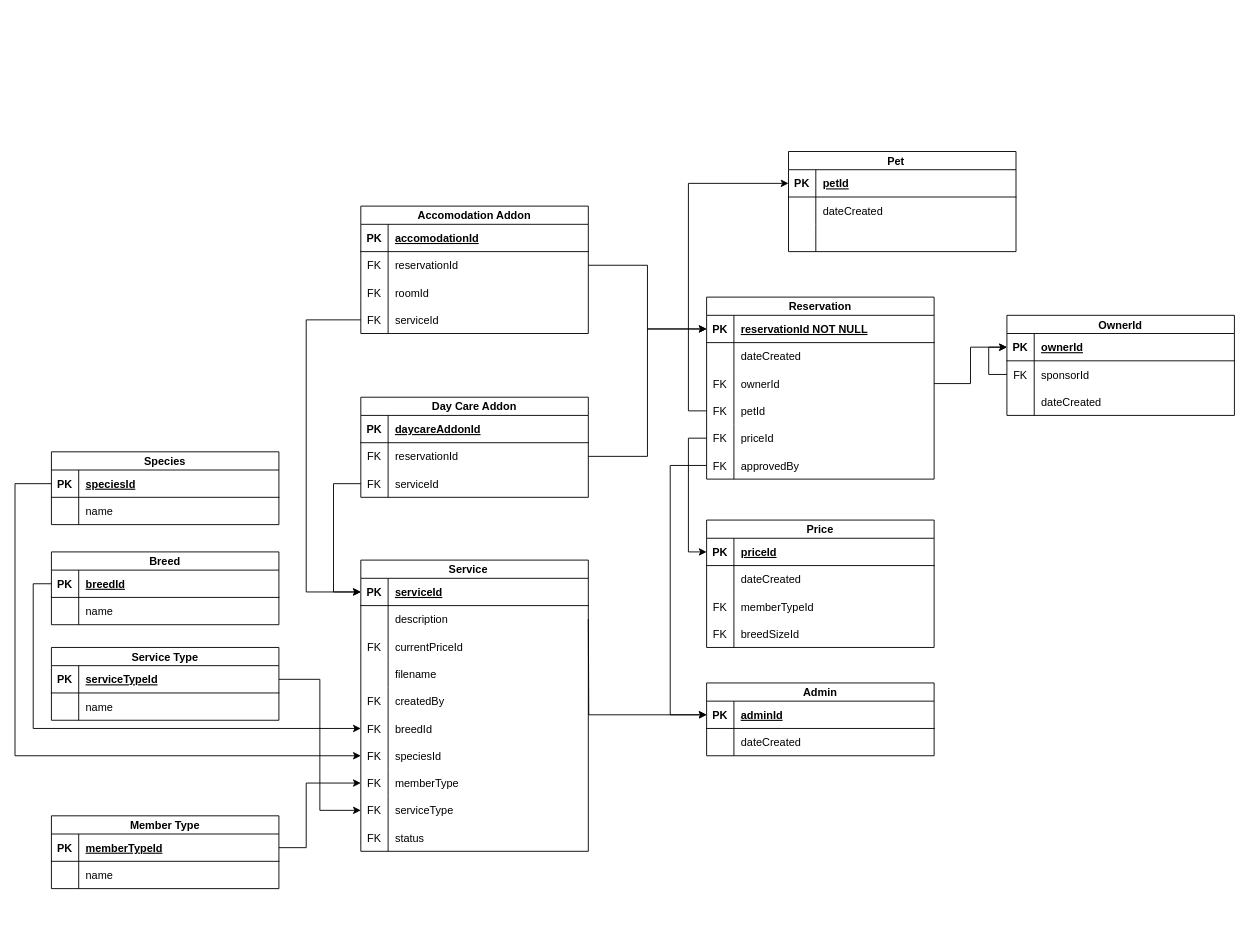
Earlier version of the draw.io diagram Untitled Diagram.drawio (mccndcg/erds). Source tidied: cells renumbered, new cells numbered last; positions are measured from the earlier drawing's top-left corner, leaving out a move shared by most shapes. Both pictures are drawn from the tidied source at 91%, with x=0, y=0 at pixel (15, 151).
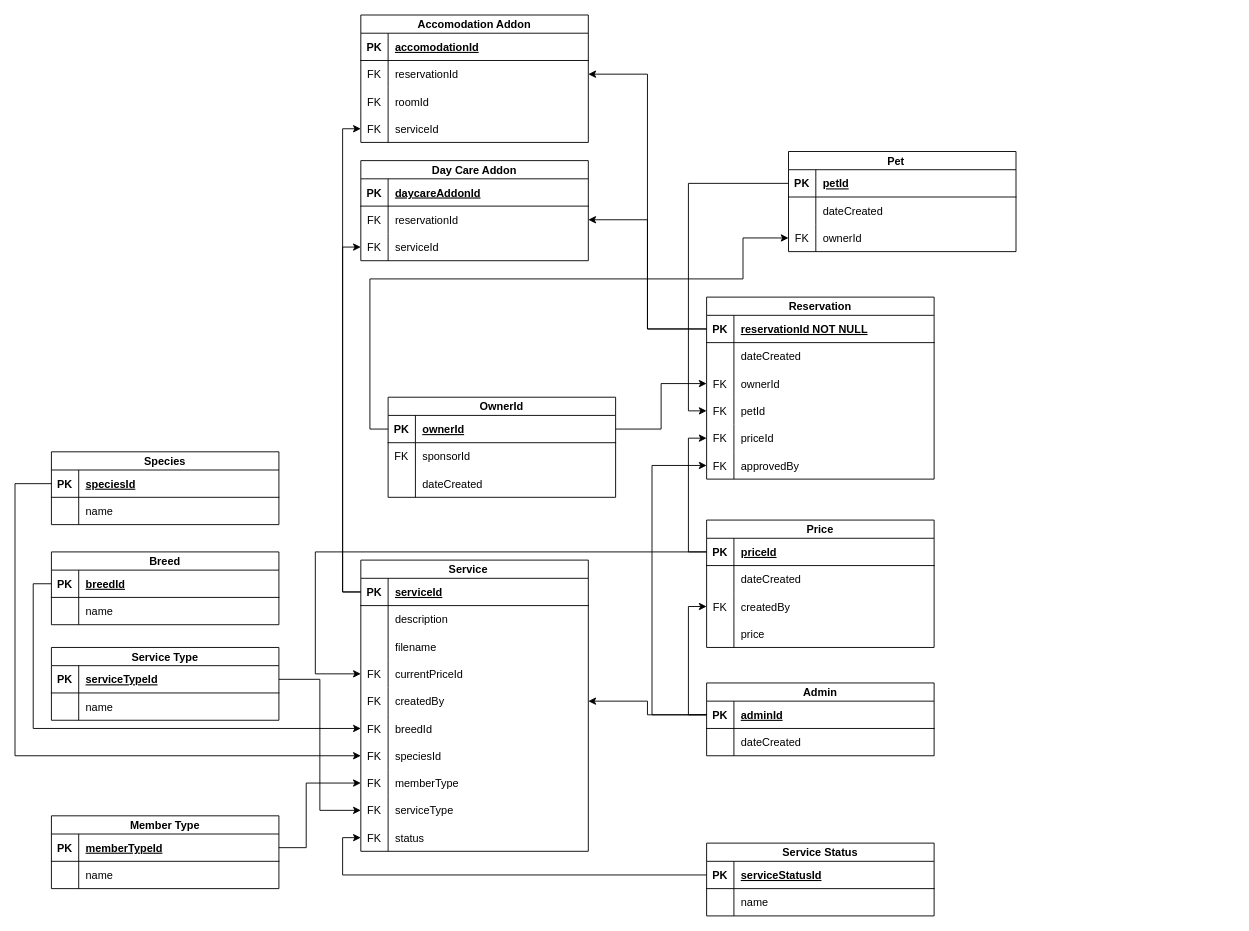
After the change.

The change refers to these unchanged cells:
```xml
<mxCell id="3" style="shape=partialRectangle;fillColor=none;points=[[0,0.5],[1,0.5]];portConstraint=eastwest;top=0;left=0;right=0;bottom=1;" parent="2" vertex="1">
  <mxGeometry y="20" width="250" height="30" as="geometry" />
</mxCell>
<mxCell id="9" style="shape=partialRectangle;fillColor=none;points=[[0,0.5],[1,0.5]];portConstraint=eastwest;top=0;left=0;right=0;bottom=0;" parent="2" vertex="1">
  <mxGeometry y="80" width="250" height="30" as="geometry" />
</mxCell>
<mxCell id="12" style="shape=partialRectangle;fillColor=none;points=[[0,0.5],[1,0.5]];portConstraint=eastwest;top=0;left=0;right=0;bottom=0;" parent="2" vertex="1">
  <mxGeometry y="110" width="250" height="30" as="geometry" />
</mxCell>
<mxCell id="15" style="shape=partialRectangle;fillColor=none;points=[[0,0.5],[1,0.5]];portConstraint=eastwest;top=0;left=0;right=0;bottom=0;" parent="2" vertex="1">
  <mxGeometry y="140" width="250" height="30" as="geometry" />
</mxCell>
<mxCell id="18" style="shape=partialRectangle;fillColor=none;points=[[0,0.5],[1,0.5]];portConstraint=eastwest;top=0;left=0;right=0;bottom=0;" parent="2" vertex="1">
  <mxGeometry y="170" width="250" height="30" as="geometry" />
</mxCell>
<mxCell id="26" style="shape=partialRectangle;fillColor=none;points=[[0,0.5],[1,0.5]];portConstraint=eastwest;top=0;left=0;right=0;bottom=0;" parent="22" vertex="1">
  <mxGeometry y="50" width="250" height="30" as="geometry" />
</mxCell>
<mxCell id="29" style="shape=partialRectangle;fillColor=none;points=[[0,0.5],[1,0.5]];portConstraint=eastwest;top=0;left=0;right=0;bottom=0;" parent="22" vertex="1">
  <mxGeometry y="80" width="250" height="30" as="geometry" />
</mxCell>
<mxCell id="33" value="Price" style="shape=table;startSize=20;childLayout=tableLayout;rowLines=0;fontStyle=1;align=center;" parent="1" vertex="1">
  <mxGeometry x="760" y="405" width="250" height="140" as="geometry" />
</mxCell>
<mxCell id="34" style="shape=partialRectangle;fillColor=none;points=[[0,0.5],[1,0.5]];portConstraint=eastwest;top=0;left=0;right=0;bottom=1;" parent="33" vertex="1">
  <mxGeometry y="20" width="250" height="30" as="geometry" />
</mxCell>
<mxCell id="43" style="shape=partialRectangle;fillColor=none;top=0;left=0;right=0;bottom=0;" parent="33" vertex="1">
  <mxGeometry y="110" width="250" height="30" as="geometry" />
</mxCell>
<mxCell id="47" style="shape=partialRectangle;fillColor=none;points=[[0,0.5],[1,0.5]];portConstraint=eastwest;top=0;left=0;right=0;bottom=1;" parent="46" vertex="1">
  <mxGeometry y="20" width="250" height="30" as="geometry" />
</mxCell>
<mxCell id="53" value="Service    " style="shape=table;startSize=20;childLayout=tableLayout;rowLines=0;fontStyle=1;align=center;" parent="1" vertex="1">
  <mxGeometry x="380" y="449" width="250" height="320" as="geometry" />
</mxCell>
<mxCell id="54" style="shape=partialRectangle;fillColor=none;points=[[0,0.5],[1,0.5]];portConstraint=eastwest;top=0;left=0;right=0;bottom=1;" parent="53" vertex="1">
  <mxGeometry y="20" width="250" height="30" as="geometry" />
</mxCell>
<mxCell id="66" style="shape=partialRectangle;fillColor=none;points=[[0,0.5],[1,0.5]];portConstraint=eastwest;top=0;left=0;right=0;bottom=0;" parent="53" vertex="1">
  <mxGeometry y="140" width="250" height="30" as="geometry" />
</mxCell>
<mxCell id="81" style="shape=partialRectangle;fillColor=none;points=[[0,0.5],[1,0.5]];portConstraint=eastwest;top=0;left=0;right=0;bottom=0;" parent="53" vertex="1">
  <mxGeometry y="290" width="250" height="30" as="geometry" />
</mxCell>
<mxCell id="87" style="shape=partialRectangle;fillColor=none;points=[[0,0.5],[1,0.5]];portConstraint=eastwest;top=0;left=0;right=0;bottom=1;" parent="86" vertex="1">
  <mxGeometry y="20" width="250" height="30" as="geometry" />
</mxCell>
<mxCell id="90" style="shape=partialRectangle;fillColor=none;points=[[0,0.5],[1,0.5]];portConstraint=eastwest;top=0;left=0;right=0;bottom=0;" parent="86" vertex="1">
  <mxGeometry y="50" width="250" height="30" as="geometry" />
</mxCell>
<mxCell id="101" style="shape=partialRectangle;fillColor=none;points=[[0,0.5],[1,0.5]];portConstraint=eastwest;top=0;left=0;right=0;bottom=0;" parent="97" vertex="1">
  <mxGeometry y="50" width="250" height="30" as="geometry" />
</mxCell>
<mxCell id="107" style="shape=partialRectangle;fillColor=none;points=[[0,0.5],[1,0.5]];portConstraint=eastwest;top=0;left=0;right=0;bottom=0;" parent="97" vertex="1">
  <mxGeometry y="110" width="250" height="30" as="geometry" />
</mxCell>
<mxCell id="111" value="Pet    " style="shape=table;startSize=20;childLayout=tableLayout;rowLines=0;fontStyle=1;align=center;" parent="1" vertex="1">
  <mxGeometry x="850" width="250" height="110" as="geometry" />
</mxCell>
<mxCell id="112" style="shape=partialRectangle;fillColor=none;points=[[0,0.5],[1,0.5]];portConstraint=eastwest;top=0;left=0;right=0;bottom=1;" parent="111" vertex="1">
  <mxGeometry y="20" width="250" height="30" as="geometry" />
</mxCell>
```

What changed in the source:
```diff
@@
-    <mxCell id="21" style="edgeStyle=orthogonalEdgeStyle;rounded=0;jettySize=auto;html=1;entryX=0;entryY=0.5;entryDx=0;entryDy=0;" parent="1" edge="1" source="90" target="87">
-      <mxGeometry relative="1" as="geometry" />
-    </mxCell>
     <mxCell id="22" value="Day Care Addon" style="shape=table;startSize=20;childLayout=tableLayout;rowLines=0;fontStyle=1;align=center;" parent="1" vertex="1">
-      <mxGeometry x="380" y="270" width="250" height="110" as="geometry" />
+      <mxGeometry x="380" y="10" width="250" height="110" as="geometry" />
     </mxCell>
@@
-    <mxCell id="32" style="edgeStyle=orthogonalEdgeStyle;rounded=0;jettySize=auto;html=1;exitX=1;exitY=0.5;exitDx=0;exitDy=0;entryX=0;entryY=0.5;entryDx=0;entryDy=0;" parent="1" edge="1" source="26" target="3">
-      <mxGeometry relative="1" as="geometry" />
-    </mxCell>
@@
-    <mxCell id="40" style="shape=partialRectangle;fillColor=none;top=0;left=0;right=0;bottom=0;" parent="33" vertex="1">
-      <mxGeometry y="80" width="250" height="30" as="geometry" />
-    </mxCell>
-    <mxCell id="41" value="FK" style="shape=partialRectangle;overflow=hidden;fillColor=none;top=0;left=0;bottom=0;right=0;" parent="40" vertex="1">
-      <mxGeometry width="30" height="30" as="geometry" />
-    </mxCell>
-    <mxCell id="42" value="memberTypeId" style="shape=partialRectangle;overflow=hidden;fillColor=none;top=0;left=0;bottom=0;right=0;align=left;spacingLeft=6;" parent="40" vertex="1">
-      <mxGeometry x="30" width="220" height="30" as="geometry" />
-    </mxCell>
+    <mxCell id="157" style="shape=partialRectangle;fillColor=none;points=[[0,0.5],[1,0.5]];portConstraint=eastwest;top=0;left=0;right=0;bottom=0;" parent="33" vertex="1">
+      <mxGeometry y="80" width="250" height="30" as="geometry" />
+    </mxCell>
+    <mxCell id="158" value="FK" style="shape=partialRectangle;overflow=hidden;fillColor=none;top=0;left=0;bottom=0;right=0;" parent="157" vertex="1">
+      <mxGeometry width="30" height="30" as="geometry" />
+    </mxCell>
+    <mxCell id="159" value="createdBy" style="shape=partialRectangle;overflow=hidden;fillColor=none;top=0;left=0;bottom=0;right=0;align=left;spacingLeft=6;" parent="157" vertex="1">
+      <mxGeometry x="30" width="220" height="30" as="geometry" />
+    </mxCell>
@@
-    <mxCell id="44" value="FK" style="shape=partialRectangle;overflow=hidden;fillColor=none;top=0;left=0;bottom=0;right=0;" parent="43" vertex="1">
-      <mxGeometry width="30" height="30" as="geometry" />
-    </mxCell>
-    <mxCell id="45" value="breedSizeId" style="shape=partialRectangle;overflow=hidden;fillColor=none;top=0;left=0;bottom=0;right=0;align=left;spacingLeft=6;" parent="43" vertex="1">
-      <mxGeometry x="30" width="220" height="30" as="geometry" />
-    </mxCell>
+    <mxCell id="160" style="shape=partialRectangle;overflow=hidden;fillColor=none;top=0;left=0;bottom=0;right=0;" parent="43" vertex="1">
+      <mxGeometry width="30" height="30" as="geometry" />
+    </mxCell>
+    <mxCell id="161" value="price" style="shape=partialRectangle;overflow=hidden;fillColor=none;top=0;left=0;bottom=0;right=0;align=left;spacingLeft=6;" parent="43" vertex="1">
+      <mxGeometry x="30" width="220" height="30" as="geometry" />
+    </mxCell>
@@
+    <mxCell id="63" style="shape=partialRectangle;fillColor=none;top=0;left=0;right=0;bottom=0;" parent="53" vertex="1">
+      <mxGeometry y="80" width="250" height="30" as="geometry" />
+    </mxCell>
+    <mxCell id="64" style="shape=partialRectangle;overflow=hidden;fillColor=none;top=0;left=0;bottom=0;right=0;" parent="63" vertex="1">
+      <mxGeometry width="30" height="30" as="geometry" />
+    </mxCell>
+    <mxCell id="65" value="filename" style="shape=partialRectangle;overflow=hidden;fillColor=none;top=0;left=0;bottom=0;right=0;align=left;spacingLeft=6;" parent="63" vertex="1">
+      <mxGeometry x="30" width="220" height="30" as="geometry" />
+    </mxCell>
     <mxCell id="60" style="shape=partialRectangle;fillColor=none;points=[[0,0.5],[1,0.5]];portConstraint=eastwest;top=0;left=0;right=0;bottom=0;" parent="53" vertex="1">
-      <mxGeometry y="80" width="250" height="30" as="geometry" />
+      <mxGeometry y="110" width="250" height="30" as="geometry" />
     </mxCell>
@@
-    <mxCell id="63" style="shape=partialRectangle;fillColor=none;top=0;left=0;right=0;bottom=0;" parent="53" vertex="1">
-      <mxGeometry y="110" width="250" height="30" as="geometry" />
-    </mxCell>
-    <mxCell id="64" style="shape=partialRectangle;overflow=hidden;fillColor=none;top=0;left=0;bottom=0;right=0;" parent="63" vertex="1">
-      <mxGeometry width="30" height="30" as="geometry" />
-    </mxCell>
-    <mxCell id="65" value="filename" style="shape=partialRectangle;overflow=hidden;fillColor=none;top=0;left=0;bottom=0;right=0;align=left;spacingLeft=6;" parent="63" vertex="1">
-      <mxGeometry x="30" width="220" height="30" as="geometry" />
-    </mxCell>
@@
-    <mxCell id="84" style="edgeStyle=orthogonalEdgeStyle;rounded=0;jettySize=auto;html=1;exitX=1;exitY=0.5;exitDx=0;exitDy=0;entryX=0;entryY=0.5;entryDx=0;entryDy=0;" parent="1" edge="1" target="47">
-      <mxGeometry relative="1" as="geometry">
-        <mxPoint x="630" y="514" as="sourcePoint" />
-      </mxGeometry>
-    </mxCell>
-    <mxCell id="85" style="edgeStyle=orthogonalEdgeStyle;rounded=0;jettySize=auto;html=1;exitX=0;exitY=0.5;exitDx=0;exitDy=0;entryX=0;entryY=0.5;entryDx=0;entryDy=0;" parent="1" edge="1" source="29" target="54">
-      <mxGeometry relative="1" as="geometry">
-        <Array as="points">
-          <mxPoint x="350" y="365" />
-          <mxPoint x="350" y="484" />
-        </Array>
-      </mxGeometry>
-    </mxCell>
     <mxCell id="86" value="OwnerId" style="shape=table;startSize=20;childLayout=tableLayout;rowLines=0;fontStyle=1;align=center;" parent="1" vertex="1">
-      <mxGeometry x="1090" y="180" width="250" height="110" as="geometry" />
+      <mxGeometry x="410" y="270" width="250" height="110" as="geometry" />
     </mxCell>
@@
-    <mxCell id="96" style="edgeStyle=orthogonalEdgeStyle;rounded=0;jettySize=auto;html=1;exitX=1;exitY=0.5;exitDx=0;exitDy=0;entryX=0;entryY=0.5;entryDx=0;entryDy=0;" parent="1" edge="1" source="9" target="87">
-      <mxGeometry relative="1" as="geometry" />
-    </mxCell>
     <mxCell id="97" value="Accomodation Addon" style="shape=table;startSize=20;childLayout=tableLayout;rowLines=0;fontStyle=1;align=center;" parent="1" vertex="1">
-      <mxGeometry x="380" y="60" width="250" height="140" as="geometry" />
+      <mxGeometry x="380" y="-150" width="250" height="140" as="geometry" />
     </mxCell>
@@
-    <mxCell id="110" style="edgeStyle=orthogonalEdgeStyle;rounded=0;jettySize=auto;html=1;exitX=1;exitY=0.5;exitDx=0;exitDy=0;entryX=0;entryY=0.5;entryDx=0;entryDy=0;" parent="1" edge="1" source="101" target="3">
-      <mxGeometry relative="1" as="geometry" />
-    </mxCell>
@@
-    <mxCell id="118" style="shape=partialRectangle;fillColor=none;top=0;left=0;right=0;bottom=0;" parent="111" vertex="1">
-      <mxGeometry y="80" width="250" height="30" as="geometry" />
-    </mxCell>
-    <mxCell id="119" style="shape=partialRectangle;overflow=hidden;fillColor=none;top=0;left=0;bottom=0;right=0;" parent="118" vertex="1">
-      <mxGeometry width="30" height="30" as="geometry" />
-    </mxCell>
-    <mxCell id="120" style="shape=partialRectangle;overflow=hidden;fillColor=none;top=0;left=0;bottom=0;right=0;align=left;spacingLeft=6;" parent="118" vertex="1">
-      <mxGeometry x="30" width="220" height="30" as="geometry" />
-    </mxCell>
-    <mxCell id="121" style="edgeStyle=orthogonalEdgeStyle;rounded=0;jettySize=auto;html=1;exitX=0;exitY=0.5;exitDx=0;exitDy=0;entryX=0;entryY=0.5;entryDx=0;entryDy=0;" parent="1" edge="1" source="15" target="34">
-      <mxGeometry relative="1" as="geometry" />
-    </mxCell>
-    <mxCell id="122" style="edgeStyle=orthogonalEdgeStyle;rounded=0;jettySize=auto;html=1;exitX=0;exitY=0.5;exitDx=0;exitDy=0;entryX=0;entryY=0.5;entryDx=0;entryDy=0;" parent="1" edge="1" source="12" target="112">
-      <mxGeometry relative="1" as="geometry" />
-    </mxCell>
-    <mxCell id="123" style="edgeStyle=orthogonalEdgeStyle;rounded=0;jettySize=auto;html=1;exitX=0;exitY=0.5;exitDx=0;exitDy=0;entryX=0;entryY=0.5;entryDx=0;entryDy=0;" parent="1" edge="1" source="107" target="54">
-      <mxGeometry relative="1" as="geometry">
-        <Array as="points">
-          <mxPoint x="320" y="185" />
-          <mxPoint x="320" y="484" />
-        </Array>
-      </mxGeometry>
-    </mxCell>
-    <mxCell id="124" style="edgeStyle=orthogonalEdgeStyle;rounded=0;jettySize=auto;html=1;exitX=0;exitY=0.5;exitDx=0;exitDy=0;entryX=0;entryY=0.5;entryDx=0;entryDy=0;" parent="1" edge="1" source="18" target="47">
-      <mxGeometry relative="1" as="geometry">
-        <Array as="points">
-          <mxPoint x="720" y="345" />
-          <mxPoint x="720" y="619" />
-        </Array>
-      </mxGeometry>
-    </mxCell>
+    <mxCell id="162" style="shape=partialRectangle;fillColor=none;points=[[0,0.5],[1,0.5]];portConstraint=eastwest;top=0;left=0;right=0;bottom=0;" parent="111" vertex="1">
+      <mxGeometry y="80" width="250" height="30" as="geometry" />
+    </mxCell>
+    <mxCell id="163" value="FK" style="shape=partialRectangle;overflow=hidden;fillColor=none;top=0;left=0;bottom=0;right=0;" parent="162" vertex="1">
+      <mxGeometry width="30" height="30" as="geometry" />
+    </mxCell>
+    <mxCell id="164" value="ownerId" style="shape=partialRectangle;overflow=hidden;fillColor=none;top=0;left=0;bottom=0;right=0;align=left;spacingLeft=6;" parent="162" vertex="1">
+      <mxGeometry x="30" width="220" height="30" as="geometry" />
+    </mxCell>
@@
+    <mxCell id="165" value="Service Status" style="shape=table;startSize=20;childLayout=tableLayout;rowLines=0;fontStyle=1;align=center;" parent="1" vertex="1">
+      <mxGeometry x="760" y="760" width="250" height="80" as="geometry" />
+    </mxCell>
+    <mxCell id="166" style="shape=partialRectangle;fillColor=none;points=[[0,0.5],[1,0.5]];portConstraint=eastwest;top=0;left=0;right=0;bottom=1;" parent="165" vertex="1">
+      <mxGeometry y="20" width="250" height="30" as="geometry" />
+    </mxCell>
+    <mxCell id="167" value="PK" style="shape=partialRectangle;overflow=hidden;fillColor=none;top=0;left=0;bottom=0;right=0;fontStyle=1;" parent="166" vertex="1">
+      <mxGeometry width="30" height="30" as="geometry" />
+    </mxCell>
+    <mxCell id="168" value="serviceStatusId" style="shape=partialRectangle;overflow=hidden;fillColor=none;top=0;left=0;bottom=0;right=0;align=left;spacingLeft=6;fontStyle=5;" parent="166" vertex="1">
+      <mxGeometry x="30" width="220" height="30" as="geometry" />
+    </mxCell>
+    <mxCell id="169" style="shape=partialRectangle;fillColor=none;top=0;left=0;right=0;bottom=0;" parent="165" vertex="1">
+      <mxGeometry y="50" width="250" height="30" as="geometry" />
+    </mxCell>
+    <mxCell id="170" style="shape=partialRectangle;overflow=hidden;fillColor=none;top=0;left=0;bottom=0;right=0;" parent="169" vertex="1">
+      <mxGeometry width="30" height="30" as="geometry" />
+    </mxCell>
+    <mxCell id="171" value="name" style="shape=partialRectangle;overflow=hidden;fillColor=none;top=0;left=0;bottom=0;right=0;align=left;spacingLeft=6;" parent="169" vertex="1">
+      <mxGeometry x="30" width="220" height="30" as="geometry" />
+    </mxCell>
+    <mxCell id="172" style="edgeStyle=orthogonalEdgeStyle;rounded=0;jettySize=auto;html=1;exitX=0;exitY=0.5;exitDx=0;exitDy=0;entryX=0;entryY=0.5;entryDx=0;entryDy=0;" parent="1" edge="1" source="166" target="81">
+      <mxGeometry relative="1" as="geometry" />
+    </mxCell>
+    <mxCell id="173" style="edgeStyle=orthogonalEdgeStyle;rounded=0;jettySize=auto;html=1;exitX=0;exitY=0.5;exitDx=0;exitDy=0;entryX=0;entryY=0.5;entryDx=0;entryDy=0;" parent="1" edge="1" source="34" target="15">
+      <mxGeometry relative="1" as="geometry" />
+    </mxCell>
+    <mxCell id="174" style="edgeStyle=orthogonalEdgeStyle;rounded=0;jettySize=auto;html=1;exitX=0;exitY=0.5;exitDx=0;exitDy=0;entryX=0;entryY=0.5;entryDx=0;entryDy=0;" parent="1" edge="1" source="54" target="29">
+      <mxGeometry relative="1" as="geometry" />
+    </mxCell>
+    <mxCell id="175" style="edgeStyle=orthogonalEdgeStyle;rounded=0;jettySize=auto;html=1;exitX=0;exitY=0.5;exitDx=0;exitDy=0;entryX=0;entryY=0.5;entryDx=0;entryDy=0;" parent="1" edge="1" source="54" target="107">
+      <mxGeometry relative="1" as="geometry" />
+    </mxCell>
+    <mxCell id="176" style="edgeStyle=orthogonalEdgeStyle;rounded=0;jettySize=auto;html=1;exitX=0;exitY=0.5;exitDx=0;exitDy=0;entryX=0;entryY=0.5;entryDx=0;entryDy=0;" parent="1" edge="1" source="34" target="60">
+      <mxGeometry relative="1" as="geometry">
+        <Array as="points">
+          <mxPoint x="330" y="440" />
+          <mxPoint x="330" y="574" />
+        </Array>
+      </mxGeometry>
+    </mxCell>
+    <mxCell id="177" style="edgeStyle=orthogonalEdgeStyle;rounded=0;jettySize=auto;html=1;exitX=0;exitY=0.5;exitDx=0;exitDy=0;entryX=1;entryY=0.5;entryDx=0;entryDy=0;" parent="1" edge="1" source="47" target="66">
+      <mxGeometry relative="1" as="geometry" />
+    </mxCell>
+    <mxCell id="178" style="edgeStyle=orthogonalEdgeStyle;rounded=0;jettySize=auto;html=1;exitX=0;exitY=0.5;exitDx=0;exitDy=0;entryX=0;entryY=0.5;entryDx=0;entryDy=0;" parent="1" edge="1" source="47" target="18">
+      <mxGeometry relative="1" as="geometry">
+        <Array as="points">
+          <mxPoint x="700" y="619" />
+          <mxPoint x="700" y="345" />
+        </Array>
+      </mxGeometry>
+    </mxCell>
+    <mxCell id="179" style="edgeStyle=orthogonalEdgeStyle;rounded=0;jettySize=auto;html=1;exitX=0;exitY=0.5;exitDx=0;exitDy=0;entryX=1;entryY=0.5;entryDx=0;entryDy=0;" parent="1" edge="1" source="3" target="101">
+      <mxGeometry relative="1" as="geometry" />
+    </mxCell>
+    <mxCell id="180" style="edgeStyle=orthogonalEdgeStyle;rounded=0;jettySize=auto;html=1;exitX=0;exitY=0.5;exitDx=0;exitDy=0;entryX=1;entryY=0.5;entryDx=0;entryDy=0;" parent="1" edge="1" source="3" target="26">
+      <mxGeometry relative="1" as="geometry" />
+    </mxCell>
+    <mxCell id="181" style="edgeStyle=orthogonalEdgeStyle;rounded=0;jettySize=auto;html=1;exitX=0;exitY=0.5;exitDx=0;exitDy=0;entryX=0;entryY=0.5;entryDx=0;entryDy=0;" parent="1" edge="1" source="112" target="12">
+      <mxGeometry relative="1" as="geometry" />
+    </mxCell>
+    <mxCell id="182" style="edgeStyle=orthogonalEdgeStyle;rounded=0;jettySize=auto;html=1;exitX=0;exitY=0.5;exitDx=0;exitDy=0;entryX=0;entryY=0.5;entryDx=0;entryDy=0;" parent="1" edge="1" source="47" target="157">
+      <mxGeometry relative="1" as="geometry" />
+    </mxCell>
+    <mxCell id="183" style="edgeStyle=orthogonalEdgeStyle;rounded=0;jettySize=auto;html=1;exitX=0;exitY=0.5;exitDx=0;exitDy=0;entryX=0;entryY=0.5;entryDx=0;entryDy=0;" parent="1" edge="1" source="87" target="162">
+      <mxGeometry relative="1" as="geometry">
+        <Array as="points">
+          <mxPoint x="390" y="305" />
+          <mxPoint x="390" y="140" />
+          <mxPoint x="800" y="140" />
+          <mxPoint x="800" y="95" />
+        </Array>
+      </mxGeometry>
+    </mxCell>
+    <mxCell id="184" style="edgeStyle=orthogonalEdgeStyle;rounded=0;jettySize=auto;html=1;exitX=1;exitY=0.5;exitDx=0;exitDy=0;entryX=0;entryY=0.5;entryDx=0;entryDy=0;" parent="1" edge="1" source="87" target="9">
+      <mxGeometry relative="1" as="geometry" />
+    </mxCell>
```
